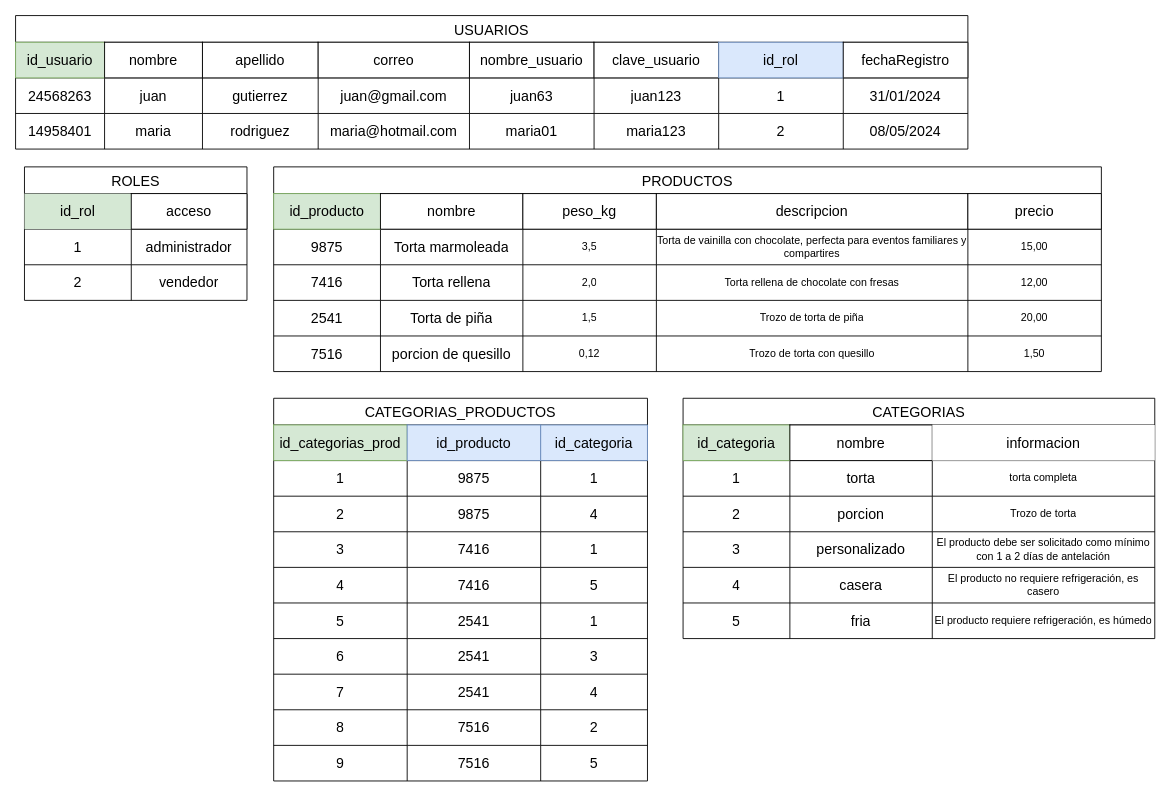
Before: page "Base de Datos" (1 of 6) of TEG.drawio in AlbanyNVRodriguez/draw---diagrams, a draw.io diagram. Source tidied: cells renumbered, new cells numbered last; positions are measured from the earlier drawing's top-left corner, leaving out a move shared by most shapes. Both pictures are drawn from the tidied source at 89%, with x=0, y=0 at pixel (15, 15).
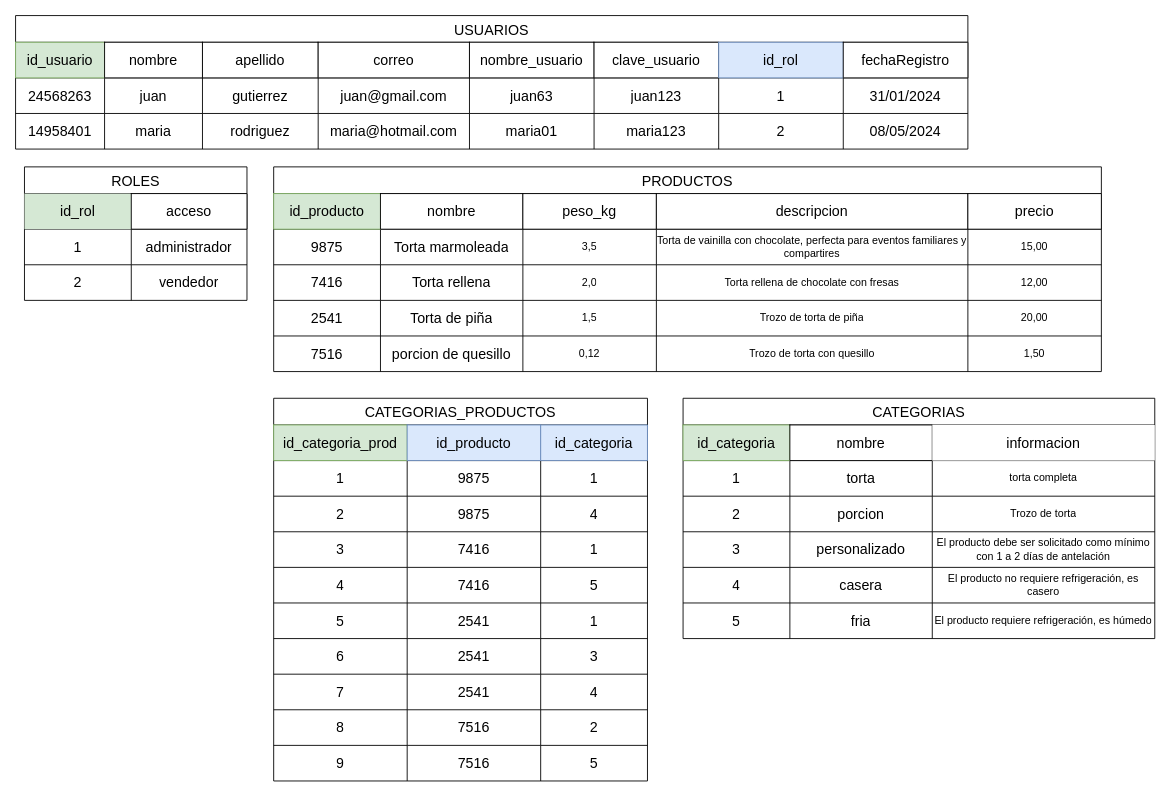
The same page after the edit.

Unchanged cells that the change refers to:
```xml
<mxCell id="97" style="shape=tableRow;horizontal=0;startSize=0;swimlaneHead=0;swimlaneBody=0;strokeColor=inherit;top=0;left=0;bottom=0;right=0;fillColor=none;fontSize=16;" parent="96" vertex="1">
  <mxGeometry y="30" width="420" height="40" as="geometry" />
</mxCell>
```

Change to the diagram source:
```diff
@@
-    <mxCell id="98" value="id_categorias_prod" style="shape=partialRectangle;html=1;whiteSpace=wrap;strokeColor=#82b366;overflow=hidden;fillColor=#d5e8d4;top=1;left=1;bottom=1;right=1;fontSize=16;" parent="97" vertex="1">
+    <mxCell id="98" value="id_categoria_prod" style="shape=partialRectangle;html=1;whiteSpace=wrap;strokeColor=#82b366;overflow=hidden;fillColor=#d5e8d4;top=1;left=1;bottom=1;right=1;fontSize=16;" parent="97" vertex="1">
       <mxGeometry width="150" height="40" as="geometry" />
     </mxCell>
```
